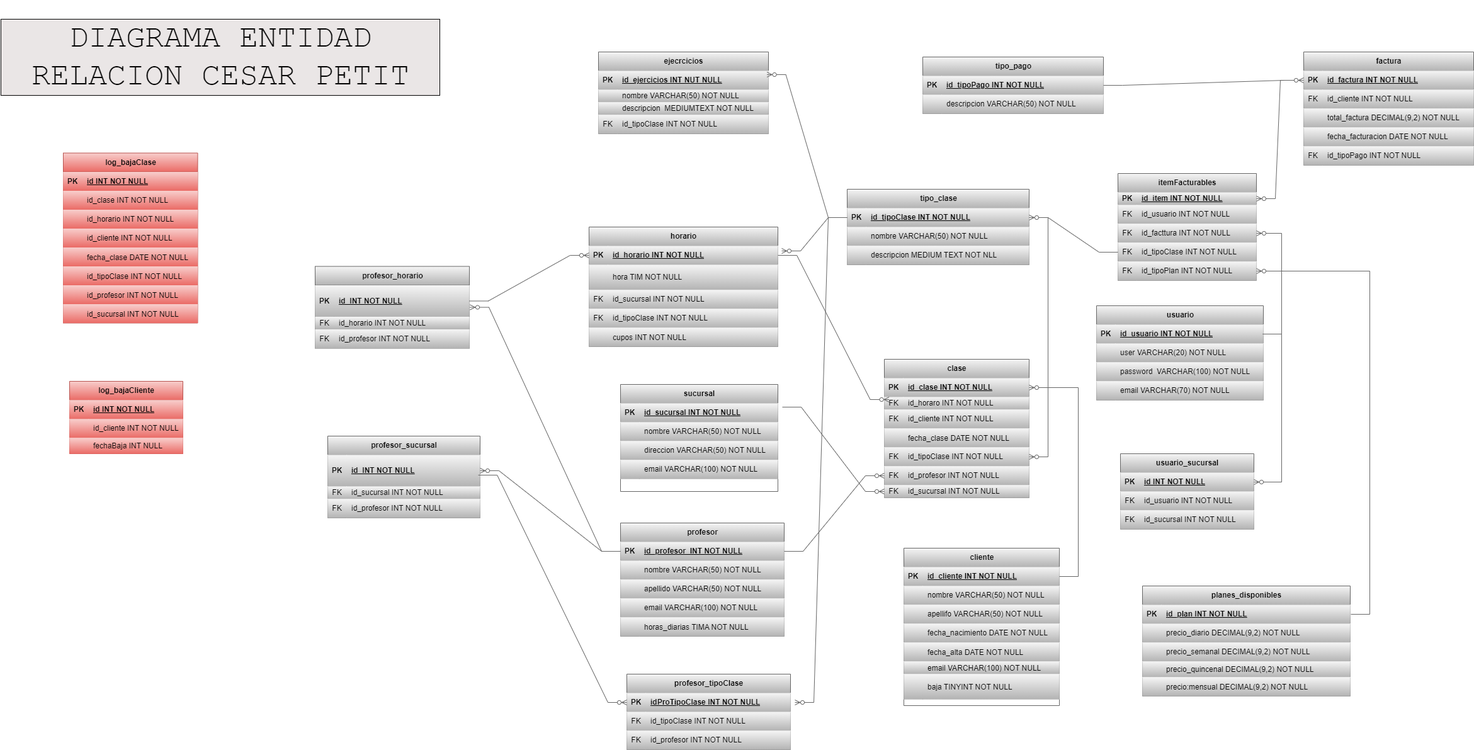
Above: ENTREGA FINAL/DER CESAR PETIT.png in CesarPetit21480/sql (draw.io), before the change. Source tidied: cells renumbered, new cells last; positions are measured from the earlier drawing's top-left corner, leaving out a move shared by most shapes.
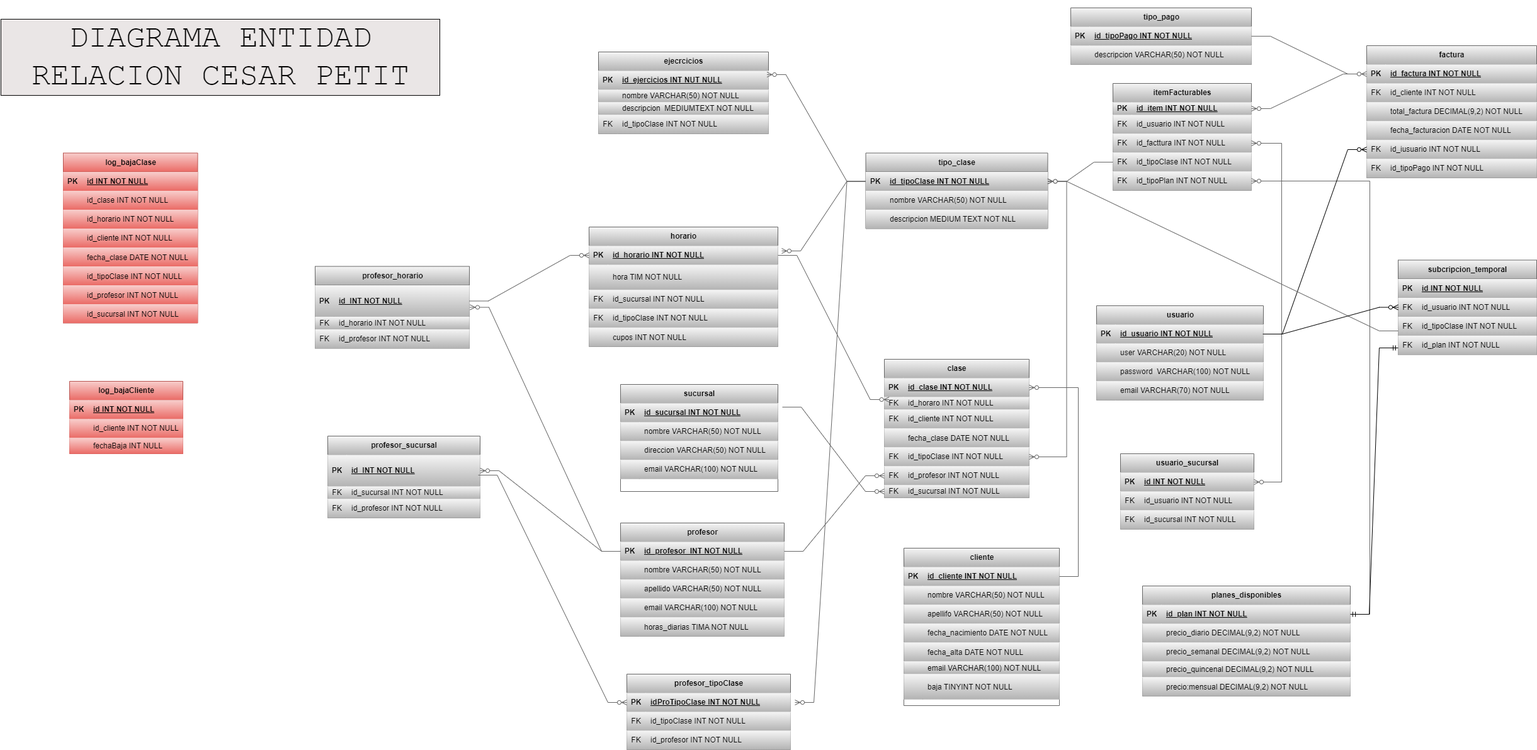
Later version of the same file.

Change to the diagram source:
```diff
@@ -42,7 +42,7 @@
       <mxGeometry x="30" width="220" height="30" as="geometry" />
     </mxCell>
     <mxCell id="15" value="tipo_clase" style="shape=table;startSize=30;rowLines=0;fontStyle=1;align=center;html=1;fillColor=#f5f5f5;gradientColor=#b3b3b3;strokeColor=#666666;" parent="1" vertex="1">
-      <mxGeometry x="1345" y="300" width="289" height="120" as="geometry" />
+      <mxGeometry x="1374.5" y="242.5" width="289" height="120" as="geometry" />
     </mxCell>
     <mxCell id="16" style="shape=tableRow;horizontal=0;startSize=0;swimlaneHead=0;swimlaneBody=0;fillColor=#f5f5f5;points=[[0,0.5],[1,0.5]];portConstraint=eastwest;top=0;left=0;right=0;bottom=1;gradientColor=#b3b3b3;strokeColor=#666666;" parent="15" vertex="1">
       <mxGeometry y="30" width="289" height="30" as="geometry" />
@@ -498,7 +498,7 @@
       <mxGeometry x="30" width="182" height="30" as="geometry" />
     </mxCell>
     <mxCell id="167" value="itemFacturables" style="shape=table;startSize=30;rowLines=0;fontStyle=1;align=center;html=1;fillColor=#f5f5f5;gradientColor=#b3b3b3;strokeColor=#666666;" parent="1" vertex="1">
-      <mxGeometry x="1775" y="275" width="220" height="170" as="geometry" />
+      <mxGeometry x="1767" y="132" width="220" height="170" as="geometry" />
     </mxCell>
     <mxCell id="168" style="shape=tableRow;horizontal=0;startSize=0;swimlaneHead=0;swimlaneBody=0;fillColor=#f5f5f5;points=[[0,0.5],[1,0.5]];portConstraint=eastwest;top=0;left=0;right=0;bottom=1;gradientColor=#b3b3b3;strokeColor=#666666;" parent="167" vertex="1">
       <mxGeometry y="30" width="220" height="20" as="geometry" />
@@ -594,7 +594,7 @@
       <mxGeometry x="30" width="300" height="30" as="geometry" />
     </mxCell>
     <mxCell id="199" value="factura" style="shape=table;startSize=30;rowLines=0;fontStyle=1;align=center;html=1;fillColor=#f5f5f5;gradientColor=#b3b3b3;strokeColor=#666666;" parent="1" vertex="1">
-      <mxGeometry x="2070" y="82" width="270" height="180" as="geometry" />
+      <mxGeometry x="2170" y="72" width="270" height="210" as="geometry" />
     </mxCell>
     <mxCell id="200" style="shape=tableRow;horizontal=0;startSize=0;swimlaneHead=0;swimlaneBody=0;fillColor=#f5f5f5;points=[[0,0.5],[1,0.5]];portConstraint=eastwest;top=0;left=0;right=0;bottom=1;gradientColor=#b3b3b3;strokeColor=#666666;" parent="199" vertex="1">
       <mxGeometry y="30" width="270" height="30" as="geometry" />
@@ -632,8 +632,17 @@
     <mxCell id="211" value="fecha_facturacion DATE NOT NULL" style="shape=partialRectangle;fillColor=#f5f5f5;top=0;left=0;bottom=0;right=0;align=left;spacingLeft=6;overflow=hidden;whiteSpace=wrap;html=1;gradientColor=#b3b3b3;strokeColor=#666666;" parent="209" vertex="1">
       <mxGeometry x="30" width="240" height="30" as="geometry" />
     </mxCell>
+    <mxCell id="276" style="shape=tableRow;horizontal=0;startSize=0;swimlaneHead=0;swimlaneBody=0;fillColor=#f5f5f5;points=[[0,0.5],[1,0.5]];portConstraint=eastwest;top=0;left=0;right=0;bottom=0;gradientColor=#b3b3b3;strokeColor=#666666;" parent="199" vertex="1">
+      <mxGeometry y="150" width="270" height="30" as="geometry" />
+    </mxCell>
+    <mxCell id="277" value="FK" style="shape=partialRectangle;fillColor=#f5f5f5;top=0;left=0;bottom=0;right=0;fontStyle=0;overflow=hidden;whiteSpace=wrap;html=1;gradientColor=#b3b3b3;strokeColor=#666666;" parent="276" vertex="1">
+      <mxGeometry width="30" height="30" as="geometry" />
+    </mxCell>
+    <mxCell id="278" value="id_iusuario INT NOT NULL" style="shape=partialRectangle;fillColor=#f5f5f5;top=0;left=0;bottom=0;right=0;align=left;spacingLeft=6;fontStyle=0;overflow=hidden;whiteSpace=wrap;html=1;gradientColor=#b3b3b3;strokeColor=#666666;" parent="276" vertex="1">
+      <mxGeometry x="30" width="240" height="30" as="geometry" />
+    </mxCell>
     <mxCell id="212" style="shape=tableRow;horizontal=0;startSize=0;swimlaneHead=0;swimlaneBody=0;fillColor=#f5f5f5;top=0;left=0;right=0;bottom=0;gradientColor=#b3b3b3;strokeColor=#666666;" parent="199" vertex="1">
-      <mxGeometry y="150" width="270" height="30" as="geometry" />
+      <mxGeometry y="180" width="270" height="30" as="geometry" />
     </mxCell>
     <mxCell id="213" value="FK" style="shape=partialRectangle;fillColor=#f5f5f5;top=0;left=0;bottom=0;right=0;fontStyle=0;overflow=hidden;whiteSpace=wrap;html=1;gradientColor=#b3b3b3;strokeColor=#666666;" parent="212" vertex="1">
       <mxGeometry width="30" height="30" as="geometry" />
@@ -642,7 +651,7 @@
       <mxGeometry x="30" width="240" height="30" as="geometry" />
     </mxCell>
     <mxCell id="215" value="tipo_pago" style="shape=table;startSize=30;rowLines=0;fontStyle=1;align=center;html=1;fillColor=#f5f5f5;gradientColor=#b3b3b3;strokeColor=#666666;" parent="1" vertex="1">
-      <mxGeometry x="1465" y="90" width="287" height="90" as="geometry" />
+      <mxGeometry x="1700" y="12" width="287" height="90" as="geometry" />
     </mxCell>
     <mxCell id="216" style="shape=tableRow;horizontal=0;startSize=0;swimlaneHead=0;swimlaneBody=0;fillColor=#f5f5f5;points=[[0,0.5],[1,0.5]];portConstraint=eastwest;top=0;left=0;right=0;bottom=1;gradientColor=#b3b3b3;strokeColor=#666666;" parent="215" vertex="1">
       <mxGeometry y="30" width="287" height="30" as="geometry" />
@@ -830,5 +839,58 @@
     <mxCell id="275" value="DIAGRAMA ENTIDAD RELACION CESAR PETIT" style="text;align=center;html=1;verticalAlign=middle;whiteSpace=wrap;rounded=1;fontSize=50;fontFamily=Courier New;labelBorderColor=default;labelBackgroundColor=#eae6e6;" parent="1" vertex="1">
       <mxGeometry width="700" height="180" as="geometry" />
     </mxCell>
+    <mxCell id="279" style="edgeStyle=entityRelationEdgeStyle;fontSize=12;html=1;endArrow=ERzeroToMany;endFill=1;rounded=0;" parent="1" edge="1" source="145" target="276">
+      <mxGeometry relative="1" as="geometry" />
+    </mxCell>
+    <mxCell id="280" value="subcripcion_temporal" style="shape=table;startSize=30;rowLines=0;fontStyle=1;align=center;html=1;fillColor=#f5f5f5;gradientColor=#b3b3b3;strokeColor=#666666;" parent="1" vertex="1">
+      <mxGeometry x="2220" y="412.5" width="220" height="150" as="geometry" />
+    </mxCell>
+    <mxCell id="281" style="shape=tableRow;horizontal=0;startSize=0;swimlaneHead=0;swimlaneBody=0;fillColor=#f5f5f5;top=0;left=0;right=0;bottom=1;gradientColor=#b3b3b3;strokeColor=#666666;" parent="280" vertex="1">
+      <mxGeometry y="30" width="220" height="30" as="geometry" />
+    </mxCell>
+    <mxCell id="282" value="PK" style="shape=partialRectangle;fillColor=#f5f5f5;top=0;left=0;bottom=0;right=0;fontStyle=1;overflow=hidden;whiteSpace=wrap;html=1;gradientColor=#b3b3b3;strokeColor=#666666;" parent="281" vertex="1">
+      <mxGeometry width="30" height="30" as="geometry" />
+    </mxCell>
+    <mxCell id="283" value="id INT NOT NULL" style="shape=partialRectangle;fillColor=#f5f5f5;top=0;left=0;bottom=0;right=0;align=left;spacingLeft=6;fontStyle=5;overflow=hidden;whiteSpace=wrap;html=1;gradientColor=#b3b3b3;strokeColor=#666666;" parent="281" vertex="1">
+      <mxGeometry x="30" width="190" height="30" as="geometry" />
+    </mxCell>
+    <mxCell id="284" style="shape=tableRow;horizontal=0;startSize=0;swimlaneHead=0;swimlaneBody=0;fillColor=#f5f5f5;top=0;left=0;right=0;bottom=0;gradientColor=#b3b3b3;strokeColor=#666666;" parent="280" vertex="1">
+      <mxGeometry y="60" width="220" height="30" as="geometry" />
+    </mxCell>
+    <mxCell id="285" value="FK" style="shape=partialRectangle;fillColor=#f5f5f5;top=0;left=0;bottom=0;right=0;fontStyle=0;overflow=hidden;whiteSpace=wrap;html=1;gradientColor=#b3b3b3;strokeColor=#666666;" parent="284" vertex="1">
+      <mxGeometry width="30" height="30" as="geometry" />
+    </mxCell>
+    <mxCell id="286" value="id_usuario INT NOT NULL" style="shape=partialRectangle;fillColor=#f5f5f5;top=0;left=0;bottom=0;right=0;align=left;spacingLeft=6;fontStyle=0;overflow=hidden;whiteSpace=wrap;html=1;gradientColor=#b3b3b3;strokeColor=#666666;" parent="284" vertex="1">
+      <mxGeometry x="30" width="190" height="30" as="geometry" />
+    </mxCell>
+    <mxCell id="287" style="shape=tableRow;horizontal=0;startSize=0;swimlaneHead=0;swimlaneBody=0;fillColor=#f5f5f5;top=0;left=0;right=0;bottom=0;gradientColor=#b3b3b3;strokeColor=#666666;" parent="280" vertex="1">
+      <mxGeometry y="90" width="220" height="30" as="geometry" />
+    </mxCell>
+    <mxCell id="288" value="FK" style="shape=partialRectangle;fillColor=#f5f5f5;top=0;left=0;bottom=0;right=0;fontStyle=0;overflow=hidden;whiteSpace=wrap;html=1;gradientColor=#b3b3b3;strokeColor=#666666;" parent="287" vertex="1">
+      <mxGeometry width="30" height="30" as="geometry" />
+    </mxCell>
+    <mxCell id="289" value="id_tipoClase INT NOT NULL" style="shape=partialRectangle;fillColor=#f5f5f5;top=0;left=0;bottom=0;right=0;align=left;spacingLeft=6;fontStyle=0;overflow=hidden;whiteSpace=wrap;html=1;gradientColor=#b3b3b3;strokeColor=#666666;" parent="287" vertex="1">
+      <mxGeometry x="30" width="190" height="30" as="geometry" />
+    </mxCell>
+    <mxCell id="290" style="shape=tableRow;horizontal=0;startSize=0;swimlaneHead=0;swimlaneBody=0;fillColor=#f5f5f5;top=0;left=0;right=0;bottom=0;gradientColor=#b3b3b3;strokeColor=#666666;" parent="280" vertex="1">
+      <mxGeometry y="120" width="220" height="30" as="geometry" />
+    </mxCell>
+    <mxCell id="291" value="FK" style="shape=partialRectangle;fillColor=#f5f5f5;top=0;left=0;bottom=0;right=0;fontStyle=0;overflow=hidden;whiteSpace=wrap;html=1;gradientColor=#b3b3b3;strokeColor=#666666;" parent="290" vertex="1">
+      <mxGeometry width="30" height="30" as="geometry" />
+    </mxCell>
+    <mxCell id="292" value="id_plan&lt;span style=&quot;white-space: pre;&quot;&gt; &lt;/span&gt;INT NOT NULL" style="shape=partialRectangle;fillColor=#f5f5f5;top=0;left=0;bottom=0;right=0;align=left;spacingLeft=6;fontStyle=0;overflow=hidden;whiteSpace=wrap;html=1;gradientColor=#b3b3b3;strokeColor=#666666;" parent="290" vertex="1">
+      <mxGeometry x="30" width="190" height="30" as="geometry" />
+    </mxCell>
+    <mxCell id="293" style="edgeStyle=entityRelationEdgeStyle;fontSize=12;html=1;endArrow=ERmandOne;startArrow=ERmandOne;rounded=0;exitX=1;exitY=0.5;exitDx=0;exitDy=0;" parent="1" edge="1" source="184">
+      <mxGeometry relative="1" as="geometry">
+        <mxPoint x="2220" y="552" as="targetPoint" />
+      </mxGeometry>
+    </mxCell>
+    <mxCell id="294" style="edgeStyle=entityRelationEdgeStyle;fontSize=12;html=1;endArrow=ERzeroToMany;endFill=1;rounded=0;fillColor=#f5f5f5;gradientColor=#b3b3b3;strokeColor=#666666;exitX=0;exitY=0.75;exitDx=0;exitDy=0;" parent="1" edge="1" source="280" target="16">
+      <mxGeometry relative="1" as="geometry" />
+    </mxCell>
+    <mxCell id="295" style="edgeStyle=entityRelationEdgeStyle;fontSize=12;html=1;endArrow=ERzeroToMany;endFill=1;rounded=0;entryX=0;entryY=0.5;entryDx=0;entryDy=0;exitX=1;exitY=0.5;exitDx=0;exitDy=0;" parent="1" edge="1" source="145" target="280">
+      <mxGeometry relative="1" as="geometry" />
+    </mxCell>
   </root>
 </mxGraphModel>
```
